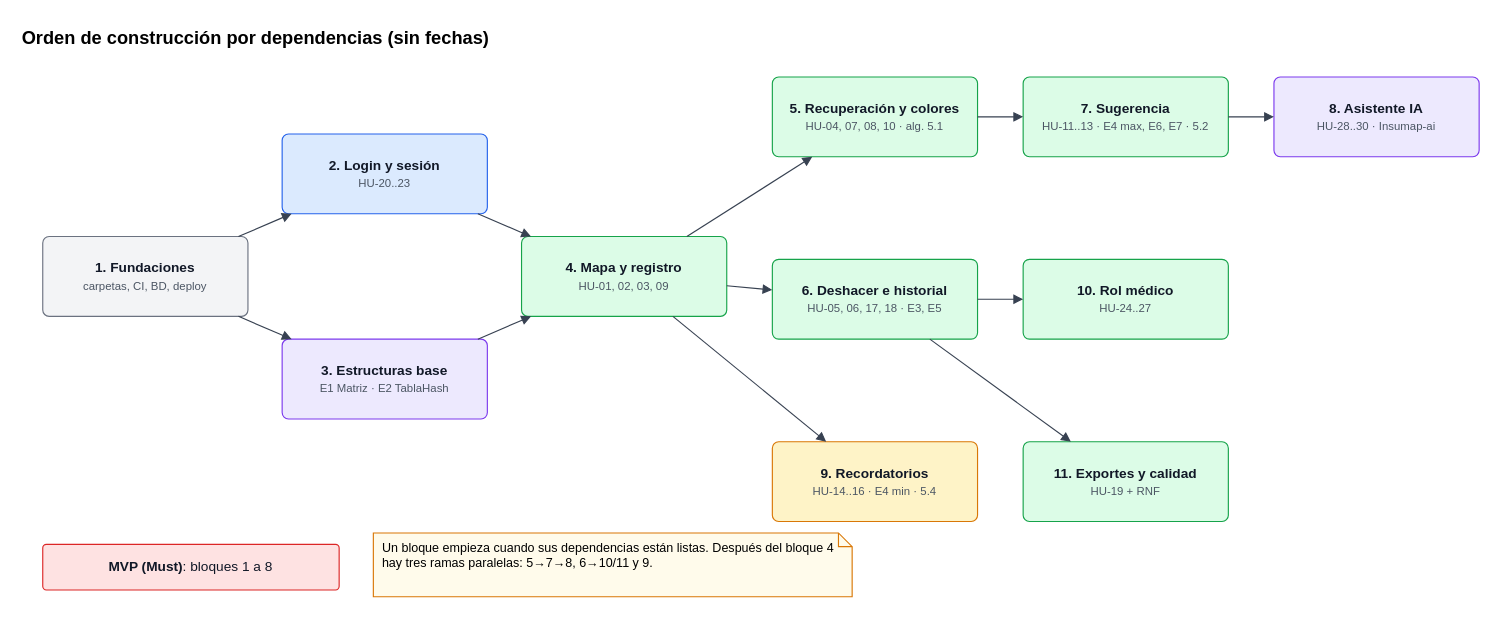
Earlier version of the draw.io diagram docs/images/dependencias-bloques.drawio (NicoalsD/Insumap-backend). Source tidied: cells renumbered, new cells numbered last; positions are measured from the earlier drawing's top-left corner, leaving out a move shared by most shapes. Both pictures are drawn from the tidied source at 114%, with x=0, y=0 at pixel (19, 19).
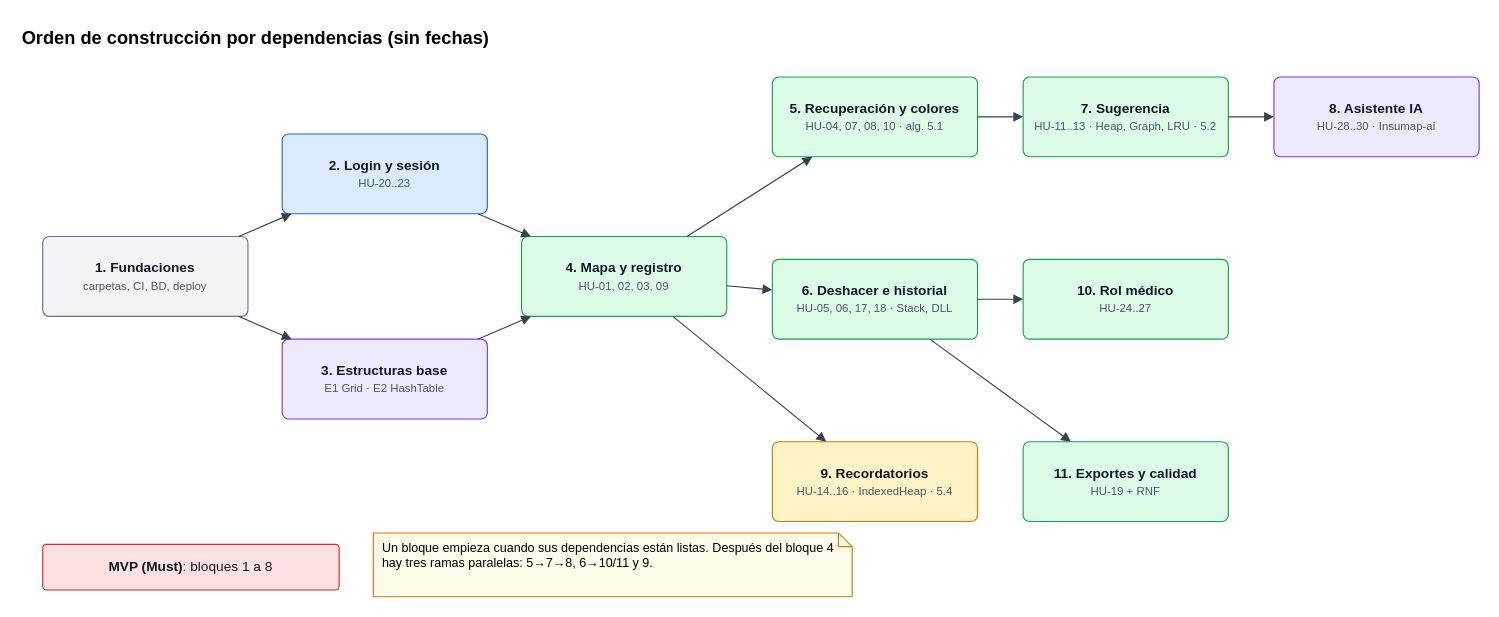
After the change.

Diff of the diagram source:
```diff
@@
-    <mxCell id="5" value="&lt;b&gt;3. Estructuras base&lt;/b&gt;&lt;br&gt;&lt;font style='font-size:10px' color='#4B5563'&gt;E1 Matriz · E2 TablaHash&lt;/font&gt;" style="rounded=1;whiteSpace=wrap;html=1;arcSize=8;fillColor=#EDE9FE;strokeColor=#7C3AED;fontColor=#111827;fontFamily=Helvetica;fontSize=12;" parent="1" vertex="1">
+    <mxCell id="5" value="&lt;b&gt;3. Estructuras base&lt;/b&gt;&lt;br&gt;&lt;font style='font-size:10px' color='#4B5563'&gt;E1 Grid · E2 HashTable&lt;/font&gt;" style="rounded=1;whiteSpace=wrap;html=1;arcSize=8;fillColor=#EDE9FE;strokeColor=#7C3AED;fontColor=#111827;fontFamily=Helvetica;fontSize=12;" parent="1" vertex="1">
       <mxGeometry x="230" y="280" width="180" height="70" as="geometry" />
     </mxCell>
@@
-    <mxCell id="8" value="&lt;b&gt;6. Deshacer e historial&lt;/b&gt;&lt;br&gt;&lt;font style='font-size:10px' color='#4B5563'&gt;HU-05, 06, 17, 18 · E3, E5&lt;/font&gt;" style="rounded=1;whiteSpace=wrap;html=1;arcSize=8;fillColor=#DCFCE7;strokeColor=#16A34A;fontColor=#111827;fontFamily=Helvetica;fontSize=12;" parent="1" vertex="1">
+    <mxCell id="8" value="&lt;b&gt;6. Deshacer e historial&lt;/b&gt;&lt;br&gt;&lt;font style='font-size:10px' color='#4B5563'&gt;HU-05, 06, 17, 18 · Stack, DLL&lt;/font&gt;" style="rounded=1;whiteSpace=wrap;html=1;arcSize=8;fillColor=#DCFCE7;strokeColor=#16A34A;fontColor=#111827;fontFamily=Helvetica;fontSize=12;" parent="1" vertex="1">
       <mxGeometry x="660" y="210" width="180" height="70" as="geometry" />
     </mxCell>
-    <mxCell id="9" value="&lt;b&gt;9. Recordatorios&lt;/b&gt;&lt;br&gt;&lt;font style='font-size:10px' color='#4B5563'&gt;HU-14..16 · E4 min · 5.4&lt;/font&gt;" style="rounded=1;whiteSpace=wrap;html=1;arcSize=8;fillColor=#FEF3C7;strokeColor=#D97706;fontColor=#111827;fontFamily=Helvetica;fontSize=12;" parent="1" vertex="1">
+    <mxCell id="9" value="&lt;b&gt;9. Recordatorios&lt;/b&gt;&lt;br&gt;&lt;font style='font-size:10px' color='#4B5563'&gt;HU-14..16 · IndexedHeap · 5.4&lt;/font&gt;" style="rounded=1;whiteSpace=wrap;html=1;arcSize=8;fillColor=#FEF3C7;strokeColor=#D97706;fontColor=#111827;fontFamily=Helvetica;fontSize=12;" parent="1" vertex="1">
       <mxGeometry x="660" y="370" width="180" height="70" as="geometry" />
     </mxCell>
-    <mxCell id="10" value="&lt;b&gt;7. Sugerencia&lt;/b&gt;&lt;br&gt;&lt;font style='font-size:10px' color='#4B5563'&gt;HU-11..13 · E4 max, E6, E7 · 5.2&lt;/font&gt;" style="rounded=1;whiteSpace=wrap;html=1;arcSize=8;fillColor=#DCFCE7;strokeColor=#16A34A;fontColor=#111827;fontFamily=Helvetica;fontSize=12;" parent="1" vertex="1">
+    <mxCell id="10" value="&lt;b&gt;7. Sugerencia&lt;/b&gt;&lt;br&gt;&lt;font style='font-size:10px' color='#4B5563'&gt;HU-11..13 · Heap, Graph, LRU · 5.2&lt;/font&gt;" style="rounded=1;whiteSpace=wrap;html=1;arcSize=8;fillColor=#DCFCE7;strokeColor=#16A34A;fontColor=#111827;fontFamily=Helvetica;fontSize=12;" parent="1" vertex="1">
       <mxGeometry x="880" y="50" width="180" height="70" as="geometry" />
     </mxCell>
```
